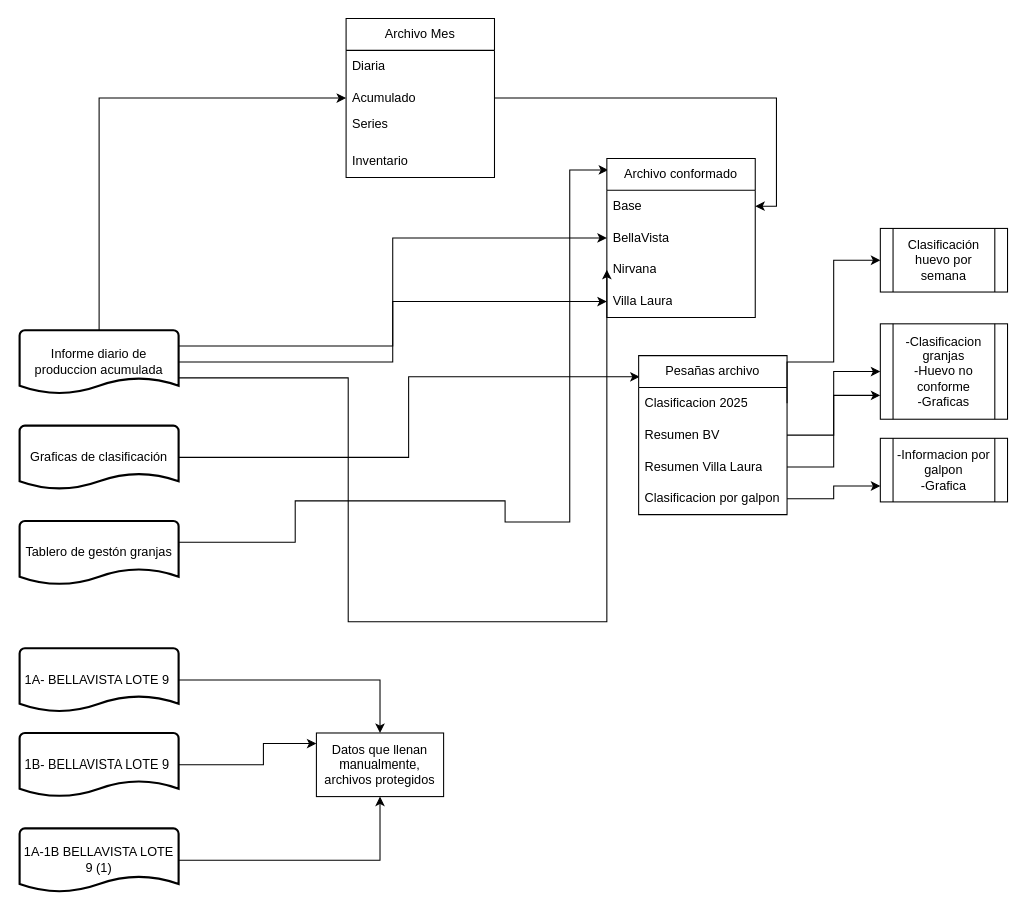
DianaSuescaOvosanti/Diagramas-Granjas keeps this draw.io diagram as Diagrama sin título.drawio. Above is the earlier version. Source tidied: cells renumbered, new cells numbered last; positions are measured from the earlier drawing's top-left corner, leaving out a move shared by most shapes. Both pictures are drawn from the tidied source at 106%, with x=0, y=0 at pixel (19, 18).
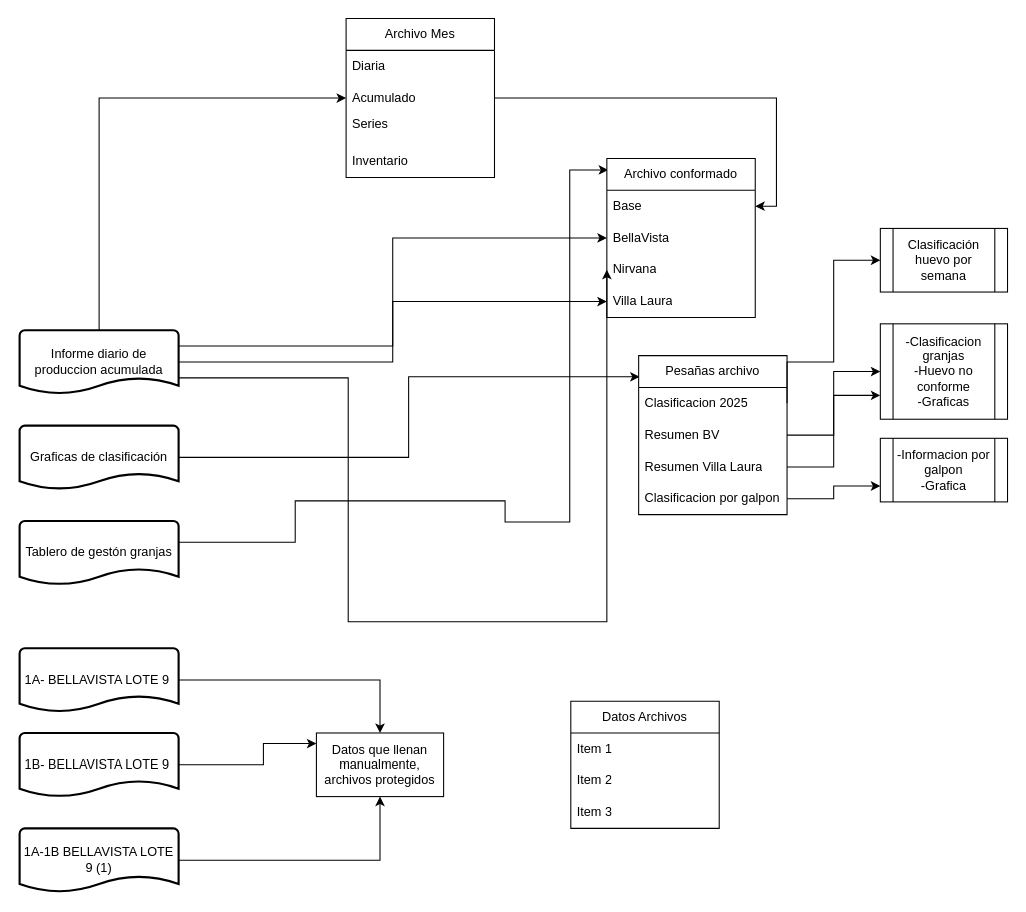
Above is the later version.

Change to the diagram source:
```diff
@@
+    <mxCell id="41" value="Datos Archivos" style="swimlane;fontStyle=0;horizontal=1;startSize=30;whiteSpace=wrap;html=1;" parent="1" vertex="1">
+      <mxGeometry x="520" y="644" width="140" height="120" as="geometry" />
+    </mxCell>
+    <mxCell id="42" value="Item 1" style="text;strokeColor=none;fillColor=none;align=left;verticalAlign=middle;spacingLeft=4;spacingRight=4;overflow=hidden;whiteSpace=wrap;html=1;" parent="41" vertex="1">
+      <mxGeometry y="30" width="140" height="30" as="geometry" />
+    </mxCell>
+    <mxCell id="43" value="Item 2" style="text;strokeColor=none;fillColor=none;align=left;verticalAlign=middle;spacingLeft=4;spacingRight=4;overflow=hidden;whiteSpace=wrap;html=1;" parent="41" vertex="1">
+      <mxGeometry y="60" width="140" height="30" as="geometry" />
+    </mxCell>
+    <mxCell id="44" value="Item 3" style="text;strokeColor=none;fillColor=none;align=left;verticalAlign=middle;spacingLeft=4;spacingRight=4;overflow=hidden;whiteSpace=wrap;html=1;" parent="41" vertex="1">
+      <mxGeometry y="90" width="140" height="30" as="geometry" />
+    </mxCell>
```
